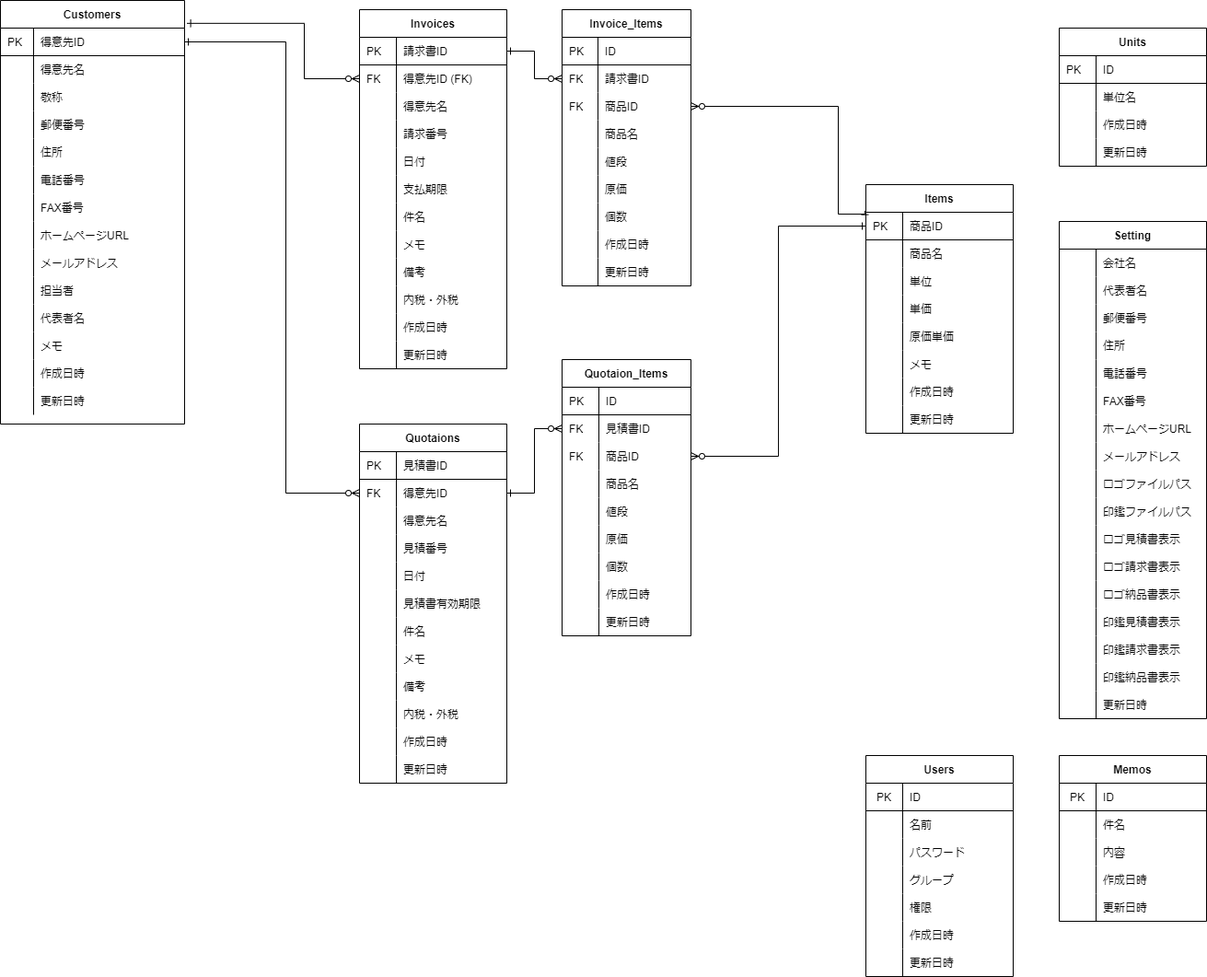
Earlier version of the draw.io export soho_er.png (gamasenninn/caddie-clone). Source tidied: cells renumbered, new cells last; positions are measured from the earlier drawing's top-left corner, leaving out a move shared by most shapes.
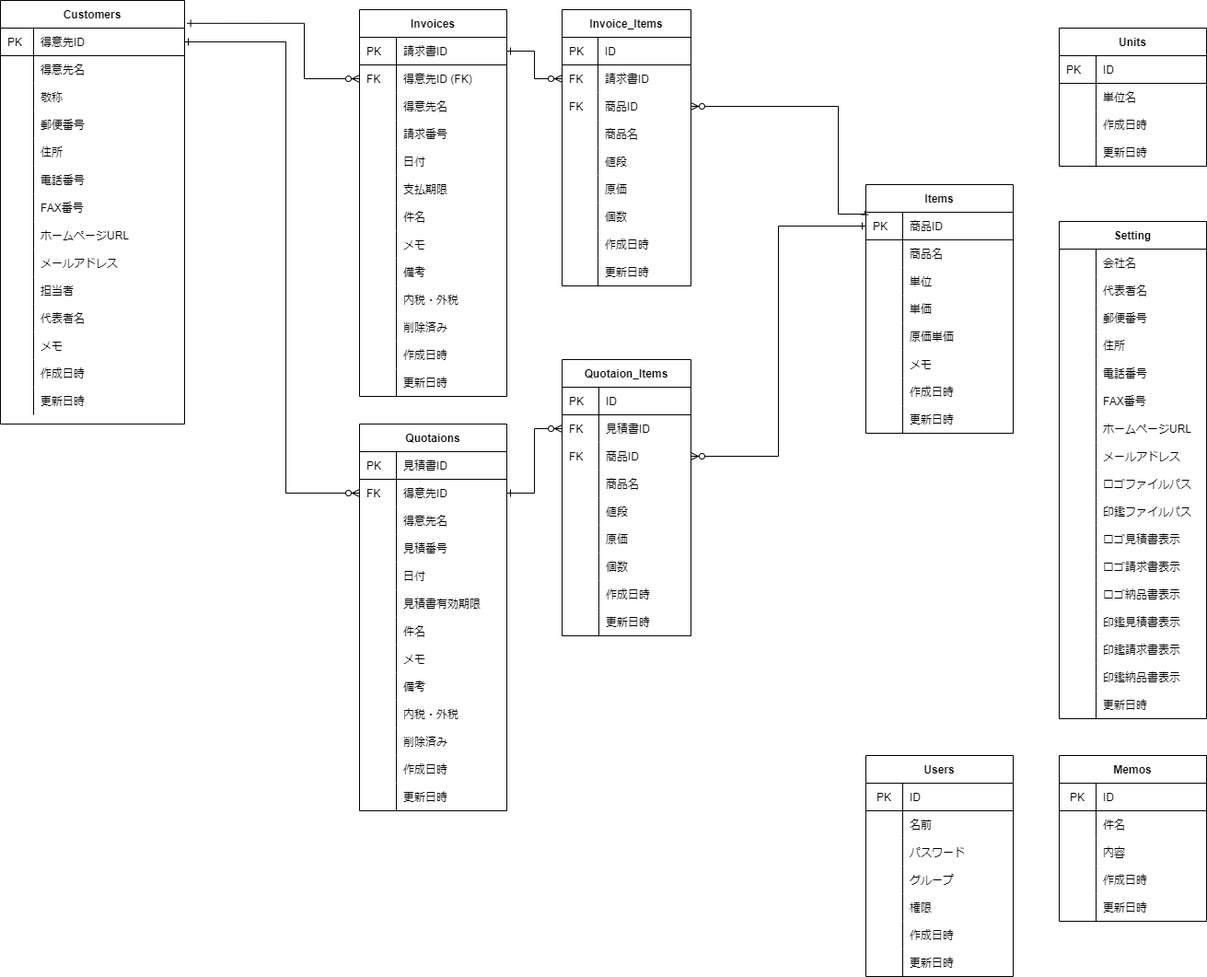
Above is the later version.

The edit, as a diff of the source:
```diff
@@ -207,7 +207,7 @@
       <mxGeometry x="40" width="120" height="30" as="geometry" />
     </mxCell>
     <mxCell id="70" value="Invoices" style="shape=table;startSize=30;rowLines=0;fontStyle=1;align=center;" parent="1" vertex="1">
-      <mxGeometry x="390" y="10" width="160" height="390" as="geometry" />
+      <mxGeometry x="390" y="10" width="160" height="420" as="geometry" />
     </mxCell>
     <mxCell id="71" style="shape=partialRectangle;html=1;whiteSpace=wrap;fillColor=none;top=0;left=0;bottom=1;right=0;points=[[0,0.5],[1,0.5]];portConstraint=eastwest;" parent="70" vertex="1">
       <mxGeometry y="30" width="160" height="30" as="geometry" />
@@ -299,8 +299,17 @@
     <mxCell id="100" value="内税・外税" style="shape=partialRectangle;html=1;whiteSpace=wrap;fillColor=none;top=0;left=0;bottom=0;right=0;align=left;spacingLeft=6;overflow=hidden;" parent="98" vertex="1">
       <mxGeometry x="40" width="120" height="30" as="geometry" />
     </mxCell>
+    <mxCell id="309" style="shape=partialRectangle;html=1;whiteSpace=wrap;fillColor=none;top=0;left=0;bottom=0;right=0;" parent="70" vertex="1">
+      <mxGeometry y="330" width="160" height="30" as="geometry" />
+    </mxCell>
+    <mxCell id="310" style="shape=partialRectangle;html=1;whiteSpace=wrap;fillColor=none;top=0;left=0;bottom=0;right=0;align=left;spacingLeft=6;overflow=hidden;" parent="309" vertex="1">
+      <mxGeometry width="40" height="30" as="geometry" />
+    </mxCell>
+    <mxCell id="311" value="削除済み" style="shape=partialRectangle;html=1;whiteSpace=wrap;fillColor=none;top=0;left=0;bottom=0;right=0;align=left;spacingLeft=6;overflow=hidden;" parent="309" vertex="1">
+      <mxGeometry x="40" width="120" height="30" as="geometry" />
+    </mxCell>
     <mxCell id="101" style="shape=partialRectangle;html=1;whiteSpace=wrap;fillColor=none;top=0;left=0;bottom=0;right=0;" parent="70" vertex="1">
-      <mxGeometry y="330" width="160" height="30" as="geometry" />
+      <mxGeometry y="360" width="160" height="30" as="geometry" />
     </mxCell>
     <mxCell id="102" style="shape=partialRectangle;html=1;whiteSpace=wrap;fillColor=none;top=0;left=0;bottom=0;right=0;align=left;spacingLeft=6;overflow=hidden;" parent="101" vertex="1">
       <mxGeometry width="40" height="30" as="geometry" />
@@ -309,7 +318,7 @@
       <mxGeometry x="40" width="120" height="30" as="geometry" />
     </mxCell>
     <mxCell id="104" style="shape=partialRectangle;html=1;whiteSpace=wrap;fillColor=none;top=0;left=0;bottom=0;right=0;" parent="70" vertex="1">
-      <mxGeometry y="360" width="160" height="30" as="geometry" />
+      <mxGeometry y="390" width="160" height="30" as="geometry" />
     </mxCell>
     <mxCell id="105" style="shape=partialRectangle;html=1;whiteSpace=wrap;fillColor=none;top=0;left=0;bottom=0;right=0;align=left;spacingLeft=6;overflow=hidden;" parent="104" vertex="1">
       <mxGeometry width="40" height="30" as="geometry" />
@@ -402,7 +411,7 @@
       <mxGeometry x="39" width="101" height="30" as="geometry" />
     </mxCell>
     <mxCell id="135" value="Quotaions" style="shape=table;startSize=30;rowLines=0;fontStyle=1;align=center;" parent="1" vertex="1">
-      <mxGeometry x="390" y="460" width="160" height="390" as="geometry" />
+      <mxGeometry x="390" y="460" width="160" height="420" as="geometry" />
     </mxCell>
     <mxCell id="136" style="shape=partialRectangle;html=1;whiteSpace=wrap;fillColor=none;top=0;left=0;bottom=1;right=0;" parent="135" vertex="1">
       <mxGeometry y="30" width="160" height="30" as="geometry" />
@@ -494,8 +503,17 @@
     <mxCell id="165" value="内税・外税" style="shape=partialRectangle;html=1;whiteSpace=wrap;fillColor=none;top=0;left=0;bottom=0;right=0;align=left;spacingLeft=6;overflow=hidden;" parent="163" vertex="1">
       <mxGeometry x="40" width="120" height="30" as="geometry" />
     </mxCell>
+    <mxCell id="312" style="shape=partialRectangle;html=1;whiteSpace=wrap;fillColor=none;top=0;left=0;bottom=0;right=0;" parent="135" vertex="1">
+      <mxGeometry y="330" width="160" height="30" as="geometry" />
+    </mxCell>
+    <mxCell id="313" style="shape=partialRectangle;html=1;whiteSpace=wrap;fillColor=none;top=0;left=0;bottom=0;right=0;align=left;spacingLeft=6;overflow=hidden;" parent="312" vertex="1">
+      <mxGeometry width="40" height="30" as="geometry" />
+    </mxCell>
+    <mxCell id="314" value="&lt;span&gt;削除済み&lt;/span&gt;" style="shape=partialRectangle;html=1;whiteSpace=wrap;fillColor=none;top=0;left=0;bottom=0;right=0;align=left;spacingLeft=6;overflow=hidden;" parent="312" vertex="1">
+      <mxGeometry x="40" width="120" height="30" as="geometry" />
+    </mxCell>
     <mxCell id="166" style="shape=partialRectangle;html=1;whiteSpace=wrap;fillColor=none;top=0;left=0;bottom=0;right=0;" parent="135" vertex="1">
-      <mxGeometry y="330" width="160" height="30" as="geometry" />
+      <mxGeometry y="360" width="160" height="30" as="geometry" />
     </mxCell>
     <mxCell id="167" style="shape=partialRectangle;html=1;whiteSpace=wrap;fillColor=none;top=0;left=0;bottom=0;right=0;align=left;spacingLeft=6;overflow=hidden;" parent="166" vertex="1">
       <mxGeometry width="40" height="30" as="geometry" />
@@ -504,7 +522,7 @@
       <mxGeometry x="40" width="120" height="30" as="geometry" />
     </mxCell>
     <mxCell id="169" style="shape=partialRectangle;html=1;whiteSpace=wrap;fillColor=none;top=0;left=0;bottom=0;right=0;" parent="135" vertex="1">
-      <mxGeometry y="360" width="160" height="30" as="geometry" />
+      <mxGeometry y="390" width="160" height="30" as="geometry" />
     </mxCell>
     <mxCell id="170" style="shape=partialRectangle;html=1;whiteSpace=wrap;fillColor=none;top=0;left=0;bottom=0;right=0;align=left;spacingLeft=6;overflow=hidden;" parent="169" vertex="1">
       <mxGeometry width="40" height="30" as="geometry" />
```
